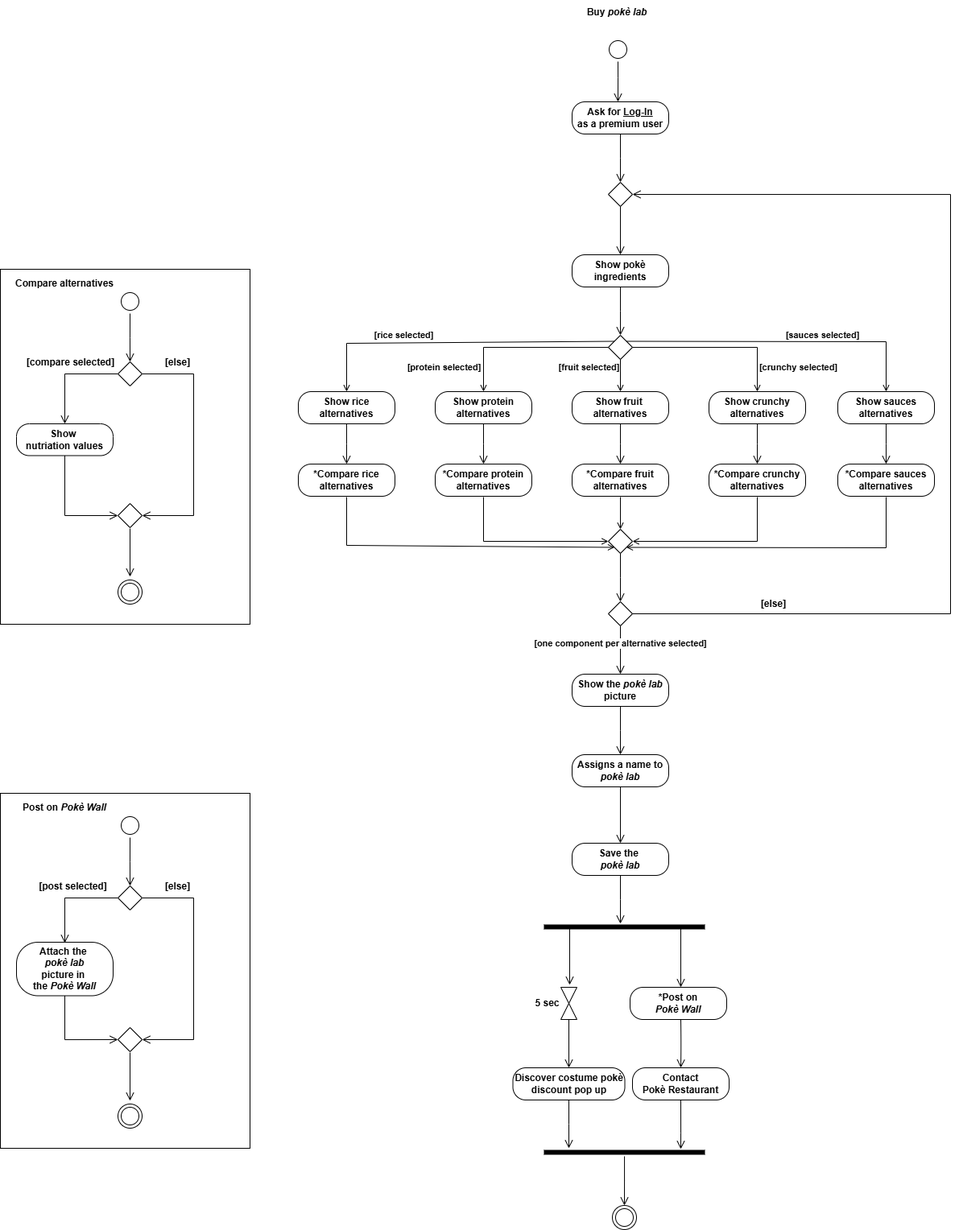
matteopinfildi/YourPoke-ISPWProject keeps this draw.io diagram as diagrams/ActivityDiagram.drawio.png. Above is the earlier version. Source tidied: cells renumbered, new cells last; positions are measured from the earlier drawing's top-left corner, leaving out a move shared by most shapes.
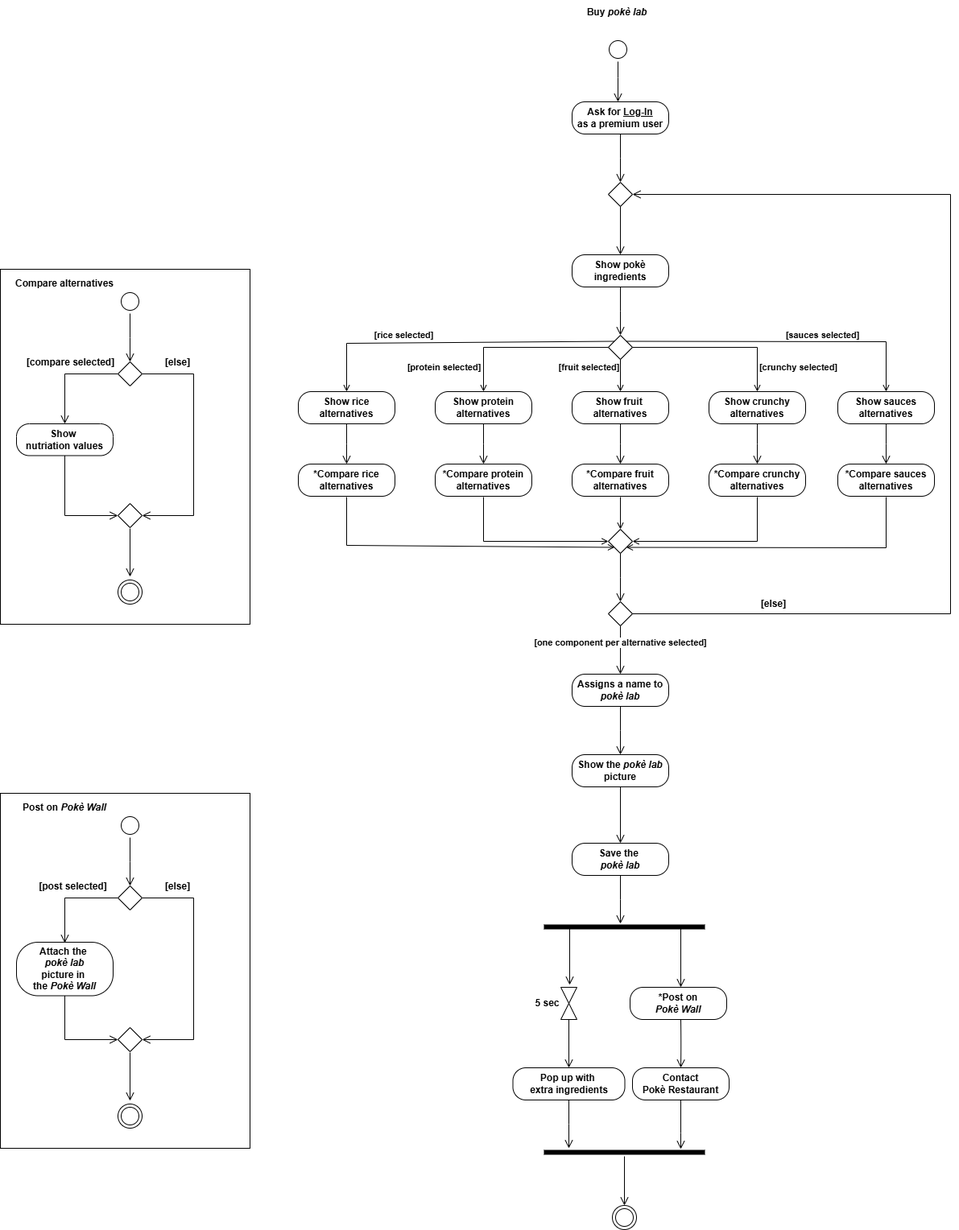
After the change.

What changed in the source:
```diff
@@ -163,7 +163,7 @@
         <mxPoint x="770" y="747" as="targetPoint" />
       </mxGeometry>
     </mxCell>
-    <mxCell id="34" value="&lt;b&gt;Show the &lt;i&gt;pokè lab&lt;/i&gt;&lt;/b&gt;&lt;div&gt;&lt;b style=&quot;&quot;&gt;picture&lt;/b&gt;&lt;/div&gt;" style="rounded=1;whiteSpace=wrap;html=1;arcSize=40;" parent="1" vertex="1">
+    <mxCell id="34" value="&lt;div&gt;&lt;b&gt;Assigns a name to&lt;/b&gt;&lt;div&gt;&lt;b&gt;&lt;i&gt;pokè lab&lt;/i&gt;&lt;/b&gt;&lt;/div&gt;&lt;/div&gt;" style="rounded=1;whiteSpace=wrap;html=1;arcSize=40;" parent="1" vertex="1">
       <mxGeometry x="710" y="837" width="120" height="40" as="geometry" />
     </mxCell>
     <mxCell id="35" style="rhombus;whiteSpace=wrap;html=1;labelBackgroundColor=none;" parent="1" vertex="1">
@@ -188,7 +188,7 @@
         <mxPoint x="770" y="937" as="targetPoint" />
       </mxGeometry>
     </mxCell>
-    <mxCell id="40" value="&lt;b&gt;Assigns a name to&lt;/b&gt;&lt;div&gt;&lt;b&gt;&lt;i&gt;pokè lab&lt;/i&gt;&lt;/b&gt;&lt;/div&gt;" style="rounded=1;whiteSpace=wrap;html=1;arcSize=40;" parent="1" vertex="1">
+    <mxCell id="40" value="&lt;b&gt;Show the&amp;nbsp;&lt;i&gt;pokè lab&lt;/i&gt;&lt;/b&gt;&lt;div&gt;&lt;b&gt;picture&lt;/b&gt;&lt;/div&gt;" style="rounded=1;whiteSpace=wrap;html=1;arcSize=40;" parent="1" vertex="1">
       <mxGeometry x="710" y="937" width="120" height="40" as="geometry" />
     </mxCell>
     <mxCell id="41" style="edgeStyle=orthogonalEdgeStyle;html=1;verticalAlign=bottom;endArrow=open;endSize=8;rounded=0;" parent="1" edge="1">
@@ -241,7 +241,7 @@
         <mxPoint x="706" y="1326" as="targetPoint" />
       </mxGeometry>
     </mxCell>
-    <mxCell id="51" value="&lt;b&gt;Discover costume pokè&lt;/b&gt;&lt;div&gt;&lt;b&gt;discount pop up&lt;/b&gt;&lt;/div&gt;" style="rounded=1;whiteSpace=wrap;html=1;arcSize=40;labelBackgroundColor=none;" parent="1" vertex="1">
+    <mxCell id="51" value="&lt;b&gt;Pop up with&amp;nbsp;&lt;/b&gt;&lt;div&gt;&lt;b&gt;extra ingredients&lt;/b&gt;&lt;/div&gt;" style="rounded=1;whiteSpace=wrap;html=1;arcSize=40;labelBackgroundColor=none;" parent="1" vertex="1">
       <mxGeometry x="636.5" y="1326" width="139" height="40" as="geometry" />
     </mxCell>
     <mxCell id="52" style="edgeStyle=orthogonalEdgeStyle;html=1;verticalAlign=bottom;endArrow=open;endSize=8;rounded=0;fontSize=12;curved=1;labelBackgroundColor=none;fontColor=default;" parent="1" edge="1" source="51">
```
